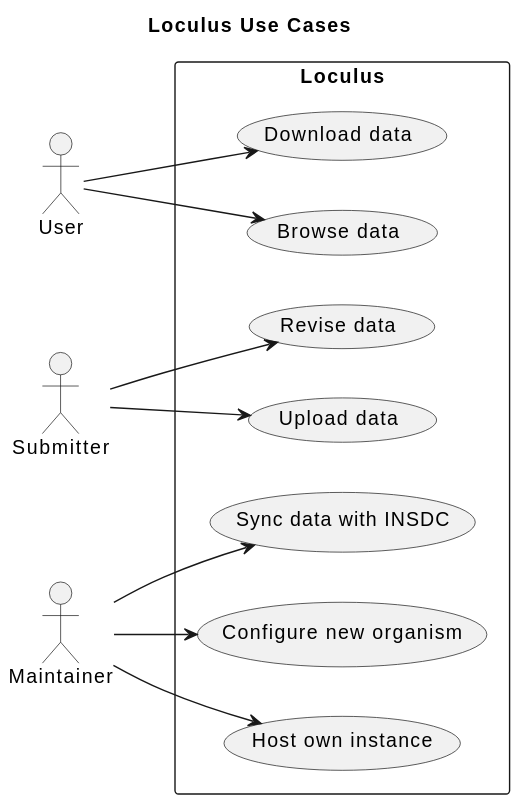
The PlantUML diagram architecture_docs/plantuml/01_use_cases.svg in loculus-project/loculus, before a commit. Source of this version:
```plantuml
@startuml
title Loculus Use Cases
left to right direction

actor User as user
actor Submitter as submitter
actor Maintainer as maintainer

rectangle Loculus {
    usecase "Upload data" as upload
    usecase "Revise data" as revise
    usecase "Browse data" as browse
    usecase "Download data" as download

    usecase "Configure new organism" as configure
    usecase "Host own instance" as host
    usecase "Sync data with INSDC" as insdc
}

submitter --> upload
submitter --> revise

user --> browse
user --> download

maintainer --> configure
maintainer --> host
maintainer --> insdc
@enduml
```
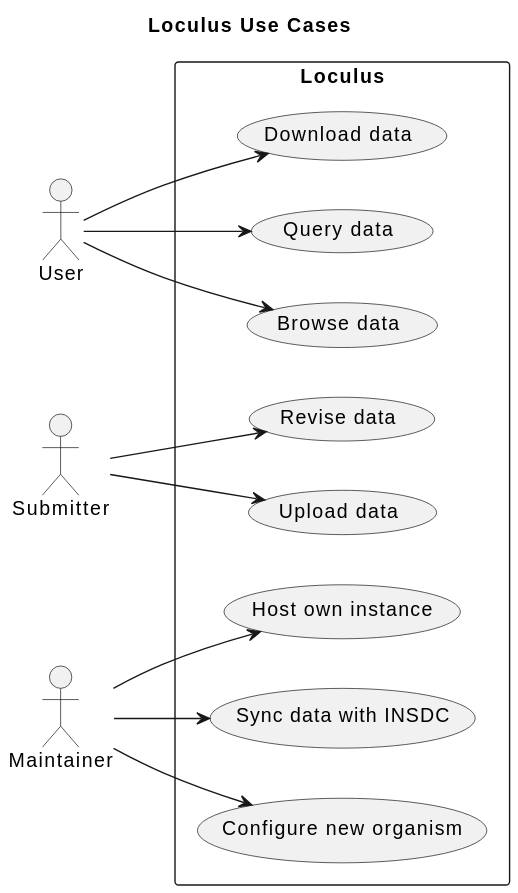
The same diagram one commit later.

Change to the diagram source:
```diff
@@ -11,6 +11,7 @@
     usecase "Revise data" as revise
     usecase "Browse data" as browse
     usecase "Download data" as download
+    usecase "Query data" as query
 
     usecase "Configure new organism" as configure
     usecase "Host own instance" as host
@@ -22,6 +23,7 @@
 
 user --> browse
 user --> download
+user --> query
 
 maintainer --> configure
 maintainer --> host
```
